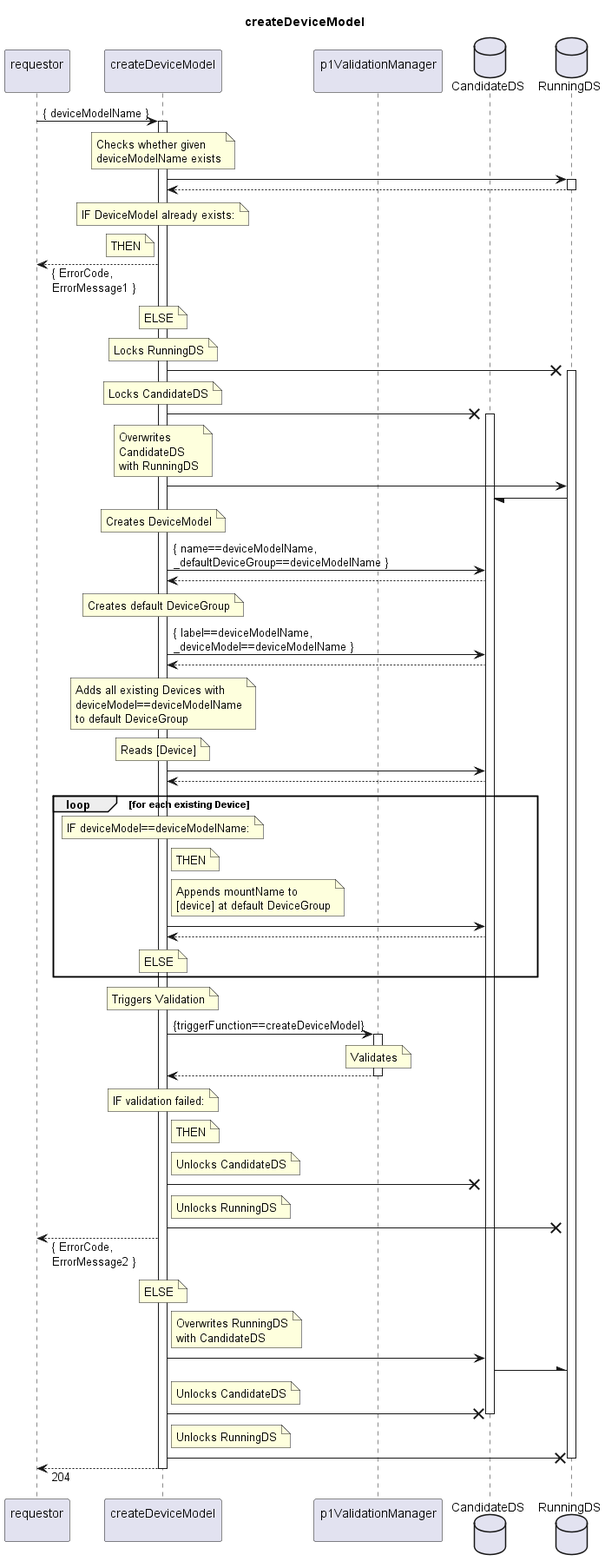
Before: spec/Services/createDeviceModel/1.0.0/createDeviceModel.png, a diagram exported from PlantUML (openBackhaul/FirmWareManager).
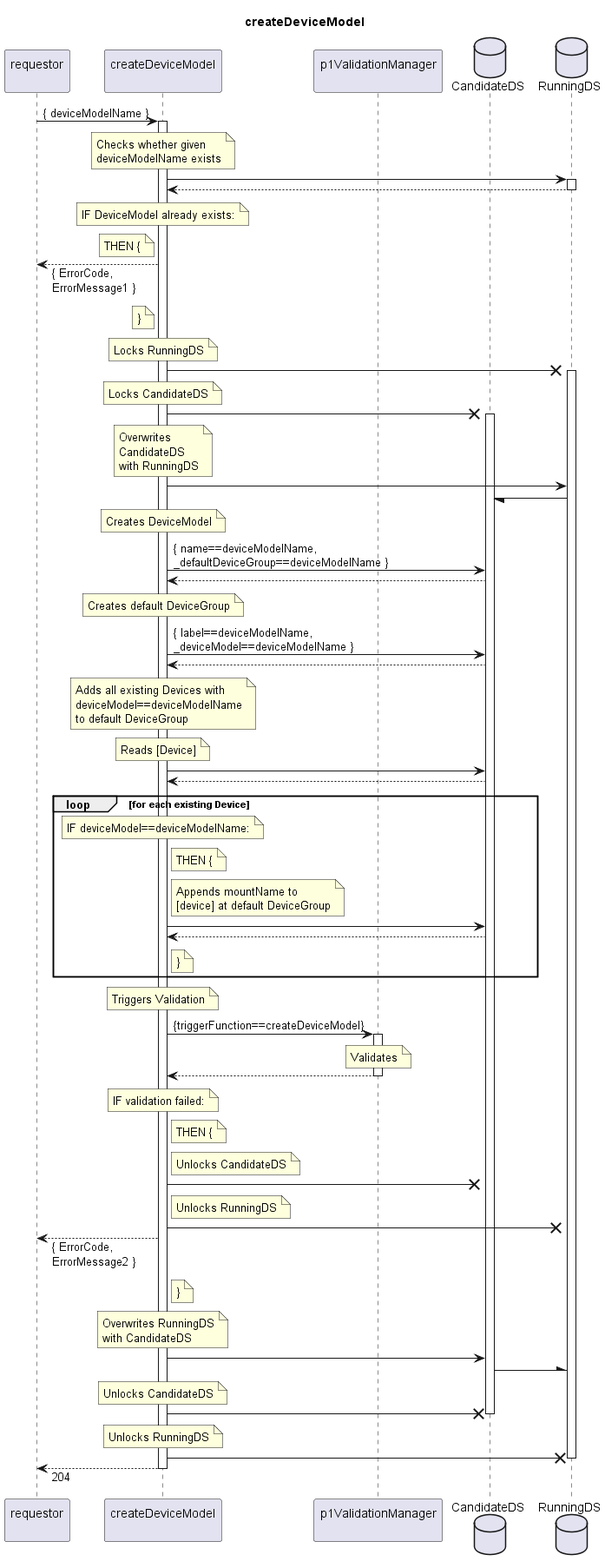
After the change.

What changed in the source:
```diff
@@ -26,11 +26,11 @@
     IF DeviceModel already exists:
   end note
   note left indServ
-    THEN
+    THEN {
   end note
   requestor <-- indServ: { ErrorCode,\nErrorMessage1 }
-  note over indServ
-    ELSE
+  note left indServ
+    }
   end note
 
   note over indServ
@@ -78,7 +78,7 @@
       IF deviceModel==deviceModelName:
     end note
     note right indServ
-      THEN
+      THEN {
     end note
     note right indServ
       Appends mountName to
@@ -86,8 +86,8 @@
     end note
     indServ -> CanDS
     indServ <-- CanDS
-    note over indServ
-      ELSE
+    note right indServ
+      }
     end note
   end loop
 
@@ -105,7 +105,7 @@
     IF validation failed:
   end note
   note right indServ
-    THEN
+    THEN {
   end note
   note right indServ
     Unlocks CandidateDS
@@ -116,22 +116,22 @@
   end note
   indServ -X RunDS
   requestor <-- indServ: { ErrorCode,\nErrorMessage2 }
-  note over indServ
-    ELSE
+  note right indServ
+    }
   end note
 
-  note right indServ
+  note over indServ
     Overwrites RunningDS
     with CandidateDS
   end note
   indServ -> CanDS
   CanDS -\ RunDS
-  note right indServ
+  note over indServ
     Unlocks CandidateDS
   end note
   indServ -X CanDS
   deactivate CanDS
-  note right indServ
+  note over indServ
     Unlocks RunningDS
   end note
   indServ -X RunDS
```
